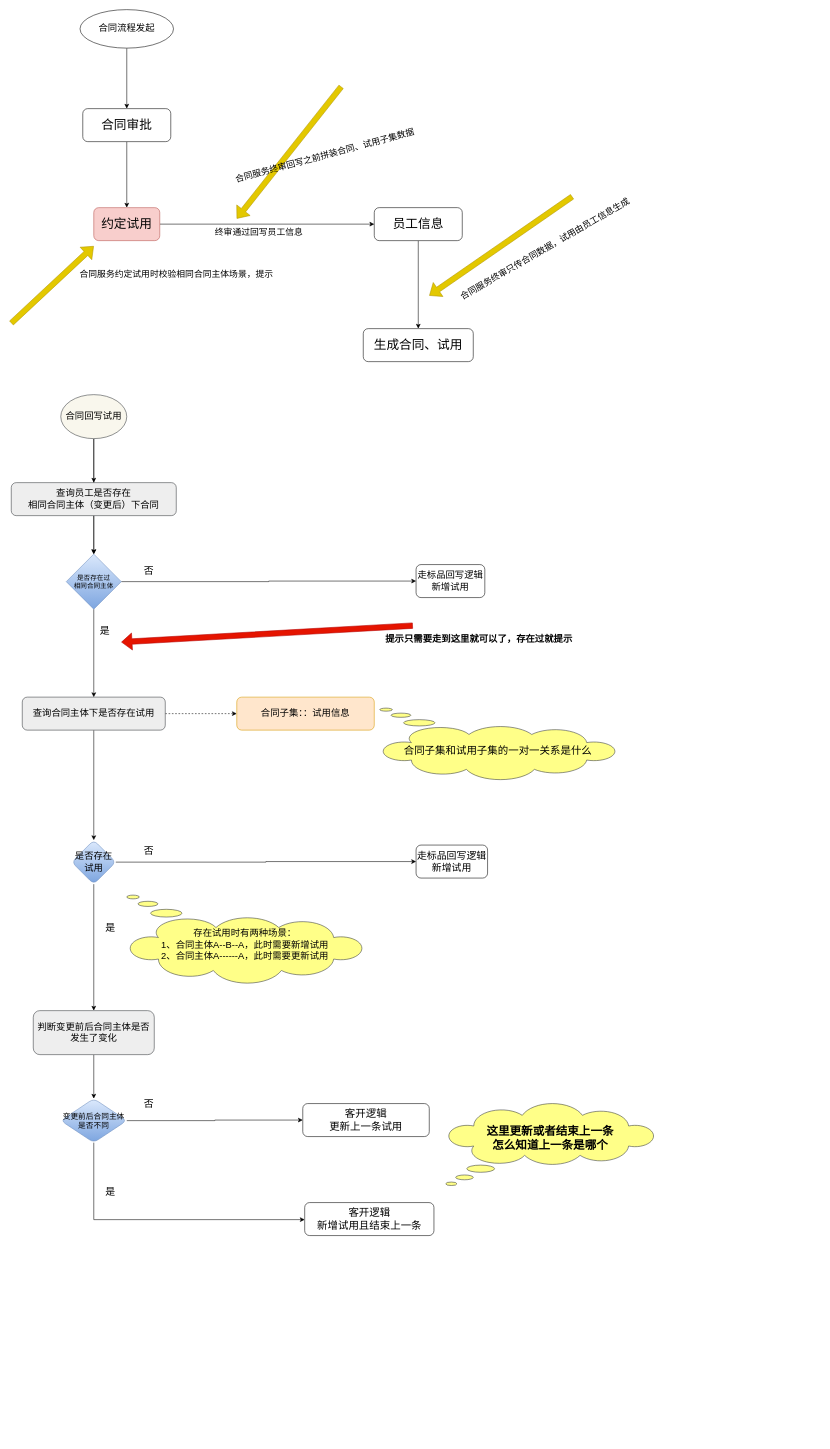
Above: 合同试用期.drawio in Super-YYQ/drawIo (draw.io), before the change. Source tidied: cells renumbered, new cells numbered last; positions are measured from the earlier drawing's top-left corner, leaving out a move shared by most shapes. Both pictures are drawn from the tidied source at 55%, with x=0, y=0 at pixel (11, 9).
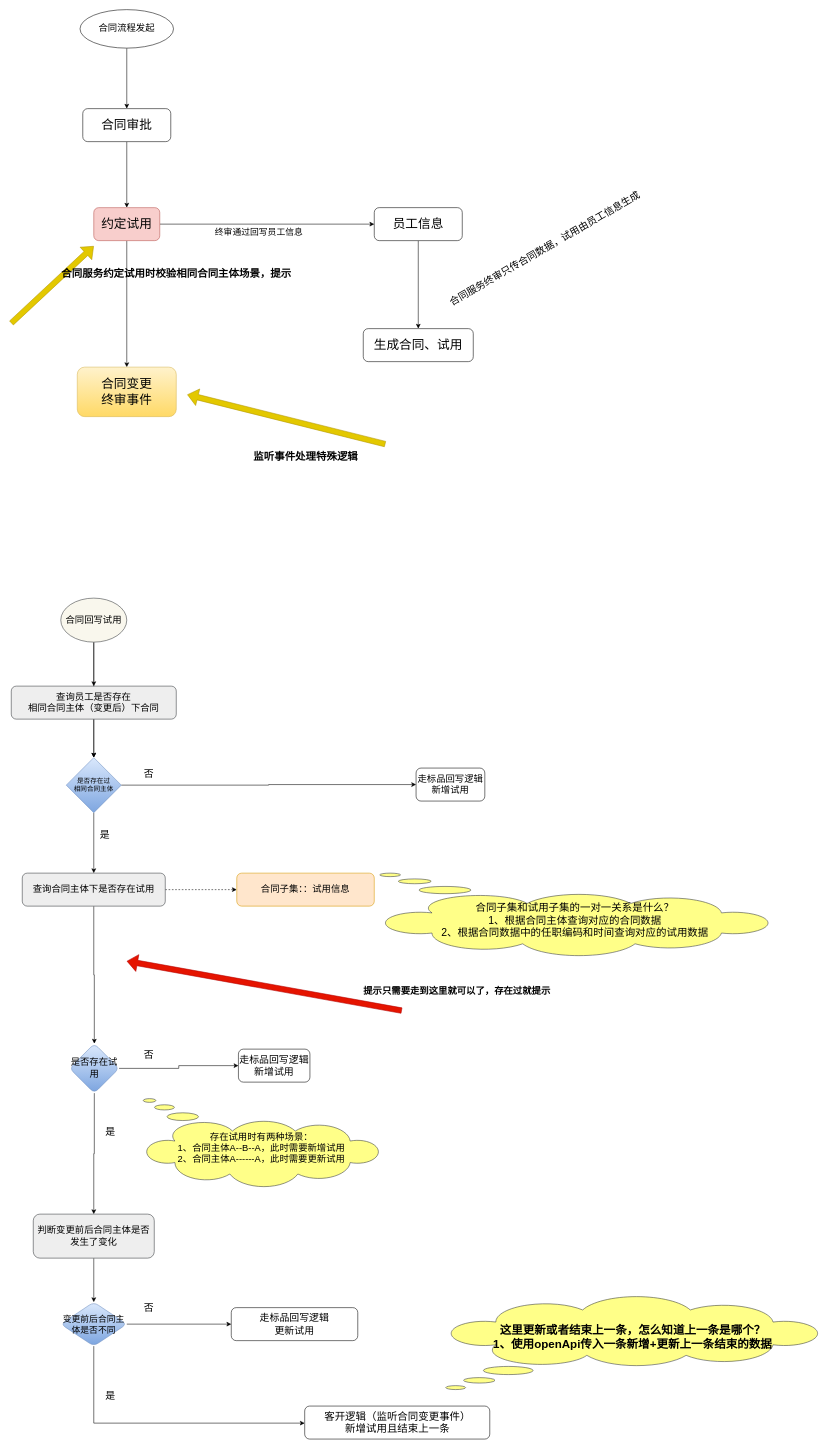
The same page after the edit.

Commit message:
更新合同试用期.drawio

Unchanged cells that the change refers to:
```xml
<mxCell id="5" value="约定试用" style="rounded=1;whiteSpace=wrap;html=1;fontSize=23;fillColor=#f8cecc;strokeColor=#b85450;" parent="1" vertex="1">
  <mxGeometry x="150" y="360" width="120" height="60" as="geometry" />
</mxCell>
```

The edit, as a diff of the source:
```diff
@@
+    <mxCell id="53" style="edgeStyle=orthogonalEdgeStyle;rounded=0;jettySize=auto;html=1;" parent="1" edge="1" source="5" target="54">
+      <mxGeometry relative="1" as="geometry" />
+    </mxCell>
@@
-    <mxCell id="13" style="shape=flexArrow;endArrow=classic;html=1;rounded=0;fillColor=#e3c800;strokeColor=#B09500;" parent="1" edge="1">
-      <mxGeometry relative="1" as="geometry">
-        <mxPoint x="600" y="140" as="sourcePoint" />
-        <mxPoint x="410" y="380" as="targetPoint" />
-      </mxGeometry>
-    </mxCell>
     <mxCell id="14" style="shape=flexArrow;endArrow=classic;html=1;rounded=0;fillColor=#e3c800;strokeColor=#B09500;" parent="1" edge="1">
       <mxGeometry relative="1" as="geometry">
-        <mxPoint x="1020" y="340" as="sourcePoint" />
-        <mxPoint x="760" y="520" as="targetPoint" />
+        <mxPoint x="680" y="790" as="sourcePoint" />
+        <mxPoint x="320" y="700" as="targetPoint" />
       </mxGeometry>
     </mxCell>
-    <mxCell id="15" value="合同服务终审回写之前拼装合同、试用子集数据" style="text;html=1;align=center;verticalAlign=middle;strokeColor=none;fillColor=none;rotation=-15;fontSize=16;" parent="1" vertex="1">
-      <mxGeometry x="390" y="250" width="360" height="30" as="geometry" />
-    </mxCell>
-    <mxCell id="16" value="合同服务终审只传合同数据，试用由员工信息生成" style="text;html=1;align=center;verticalAlign=middle;strokeColor=none;fillColor=none;rotation=-30;fontSize=16;" parent="1" vertex="1">
-      <mxGeometry x="780" y="420" width="380" height="30" as="geometry" />
+    <mxCell id="16" value="合同服务终审只传合同数据，试用由员工信息生成" style="text;html=1;align=center;verticalAlign=middle;strokeColor=none;fillColor=none;rotation=-30;fontSize=18;" parent="1" vertex="1">
+      <mxGeometry x="760" y="415" width="420" height="40" as="geometry" />
     </mxCell>
-    <mxCell id="17" value="合同服务约定试用时校验相同合同主体场景，提示" style="text;html=1;align=center;verticalAlign=middle;strokeColor=none;fillColor=none;rotation=0;fontSize=16;" parent="1" vertex="1">
-      <mxGeometry x="110" y="465" width="380" height="30" as="geometry" />
+    <mxCell id="17" value="合同服务约定试用时校验相同合同主体场景，提示" style="text;html=1;align=center;verticalAlign=middle;strokeColor=none;fillColor=none;rotation=0;fontSize=19;fontStyle=1;" parent="1" vertex="1">
+      <mxGeometry x="80" y="460" width="440" height="40" as="geometry" />
     </mxCell>
@@
     <mxCell id="20" value="合同回写试用" style="ellipse;whiteSpace=wrap;html=1;fontSize=17;fillColor=#f9f7ed;strokeColor=#36393d;" parent="1" vertex="1">
-      <mxGeometry x="90" y="700" width="120" height="80" as="geometry" />
+      <mxGeometry x="90" y="1070" width="120" height="80" as="geometry" />
     </mxCell>
@@
     <mxCell id="23" value="查询合同主体下是否存在试用" style="rounded=1;whiteSpace=wrap;html=1;fontSize=17;fillColor=#eeeeee;strokeColor=#36393d;" parent="1" vertex="1">
-      <mxGeometry x="20" y="1250" width="260" height="60" as="geometry" />
+      <mxGeometry x="20" y="1570" width="260" height="60" as="geometry" />
     </mxCell>
@@
     <mxCell id="26" value="是否存在试用" style="rhombus;whiteSpace=wrap;html=1;fontSize=17;rounded=1;fillColor=#dae8fc;gradientColor=#7ea6e0;strokeColor=#6c8ebf;" parent="1" vertex="1">
-      <mxGeometry x="110" y="1510" width="80" height="80" as="geometry" />
+      <mxGeometry x="106" y="1880" width="90" height="90" as="geometry" />
     </mxCell>
     <mxCell id="27" value="合同子集：：试用信息" style="rounded=1;whiteSpace=wrap;html=1;fontSize=17;fillColor=#ffe6cc;strokeColor=#d79b00;" parent="1" vertex="1">
-      <mxGeometry x="410" y="1250" width="250" height="60" as="geometry" />
+      <mxGeometry x="410" y="1570" width="250" height="60" as="geometry" />
     </mxCell>
@@
     <mxCell id="30" value="是否存在过&lt;br&gt;相同合同主体" style="rhombus;whiteSpace=wrap;html=1;fontSize=12;fillColor=#dae8fc;strokeColor=#6c8ebf;gradientColor=#7ea6e0;" parent="1" vertex="1">
-      <mxGeometry x="100" y="990" width="100" height="100" as="geometry" />
+      <mxGeometry x="100" y="1360" width="100" height="100" as="geometry" />
     </mxCell>
     <mxCell id="31" value="是" style="text;html=1;align=center;verticalAlign=middle;strokeColor=none;fillColor=none;fontSize=18;" parent="1" vertex="1">
-      <mxGeometry x="150" y="1110" width="40" height="40" as="geometry" />
+      <mxGeometry x="150" y="1480" width="40" height="40" as="geometry" />
     </mxCell>
     <mxCell id="32" value="走标品回写逻辑&lt;br style=&quot;font-size: 17px;&quot;&gt;新增试用" style="rounded=1;whiteSpace=wrap;html=1;fontSize=17;" parent="1" vertex="1">
-      <mxGeometry x="736" y="1009" width="125" height="60" as="geometry" />
+      <mxGeometry x="736" y="1379" width="125" height="60" as="geometry" />
     </mxCell>
     <mxCell id="33" value="否" style="text;html=1;align=center;verticalAlign=middle;strokeColor=none;fillColor=none;fontSize=18;" parent="1" vertex="1">
-      <mxGeometry x="230" y="1000" width="40" height="40" as="geometry" />
+      <mxGeometry x="230" y="1370" width="40" height="40" as="geometry" />
     </mxCell>
     <mxCell id="34" value="&lt;span style=&quot;font-size: 18px;&quot;&gt;走标品回写逻辑&lt;/span&gt;&lt;br style=&quot;font-size: 18px;&quot;&gt;&lt;span style=&quot;font-size: 18px;&quot;&gt;新增试用&lt;/span&gt;" style="whiteSpace=wrap;html=1;fontSize=18;rounded=1;" parent="1" vertex="1">
-      <mxGeometry x="736" y="1519" width="130" height="60" as="geometry" />
+      <mxGeometry x="413" y="1890" width="130" height="60" as="geometry" />
     </mxCell>
     <mxCell id="35" value="否" style="text;html=1;align=center;verticalAlign=middle;strokeColor=none;fillColor=none;fontSize=18;" parent="1" vertex="1">
-      <mxGeometry x="230" y="1510" width="40" height="40" as="geometry" />
+      <mxGeometry x="230" y="1880" width="40" height="40" as="geometry" />
     </mxCell>
@@
     <mxCell id="37" value="查询员工是否存在&lt;br&gt;相同合同主体（变更后）下合同" style="rounded=1;whiteSpace=wrap;html=1;fontSize=17;fillColor=#eeeeee;strokeColor=#36393d;" parent="1" vertex="1">
-      <mxGeometry y="860" width="300" height="60" as="geometry" />
+      <mxGeometry y="1230" width="300" height="60" as="geometry" />
     </mxCell>
     <mxCell id="38" value="&lt;div style=&quot;font-size: 17px;&quot;&gt;&lt;br&gt;存在试用时有两种场景：&lt;br&gt;1、合同主体A--B--A，此时需要新增试用&lt;br&gt;2、合同主体A------A，此时需要更新试用&lt;br style=&quot;font-size: 17px;&quot;&gt;&lt;/div&gt;" style="whiteSpace=wrap;html=1;shape=mxgraph.basic.cloud_callout;fillColor=#ffff88;strokeColor=#36393d;fontSize=17;flipV=1;" parent="1" vertex="1">
-      <mxGeometry x="210" y="1610" width="430" height="160" as="geometry" />
+      <mxGeometry x="240" y="1980" width="430" height="160" as="geometry" />
     </mxCell>
@@
     <mxCell id="40" value="判断变更前后合同主体是否发生了变化" style="whiteSpace=wrap;html=1;fontSize=17;fillColor=#eeeeee;strokeColor=#36393d;rounded=1;" parent="1" vertex="1">
-      <mxGeometry x="40" y="1820" width="220" height="80" as="geometry" />
+      <mxGeometry x="40" y="2190" width="220" height="80" as="geometry" />
     </mxCell>
     <mxCell id="41" value="是" style="text;html=1;align=center;verticalAlign=middle;strokeColor=none;fillColor=none;fontSize=18;" parent="1" vertex="1">
-      <mxGeometry x="160" y="1650" width="40" height="40" as="geometry" />
+      <mxGeometry x="160" y="2020" width="40" height="40" as="geometry" />
     </mxCell>
     <mxCell id="42" style="shape=flexArrow;endArrow=classic;html=1;rounded=0;fillColor=#e51400;strokeColor=#B20000;" parent="1" edge="1">
       <mxGeometry relative="1" as="geometry">
-        <mxPoint x="730" y="1120" as="sourcePoint" />
-        <mxPoint x="200" y="1150" as="targetPoint" />
+        <mxPoint x="710" y="1820" as="sourcePoint" />
+        <mxPoint x="210" y="1730" as="targetPoint" />
       </mxGeometry>
     </mxCell>
     <mxCell id="43" value="提示只需要走到这里就可以了，存在过就提示" style="text;html=1;align=center;verticalAlign=middle;strokeColor=none;fillColor=none;fontSize=17;fontStyle=1;" parent="1" vertex="1">
-      <mxGeometry x="670" y="1130" width="360" height="30" as="geometry" />
+      <mxGeometry x="630" y="1770" width="360" height="30" as="geometry" />
     </mxCell>
@@
     <mxCell id="45" style="edgeStyle=orthogonalEdgeStyle;rounded=0;jettySize=auto;html=1;" parent="1" edge="1" source="46" target="49">
       <mxGeometry relative="1" as="geometry">
         <Array as="points">
-          <mxPoint x="150" y="2200" />
+          <mxPoint x="150" y="2570" />
         </Array>
       </mxGeometry>
     </mxCell>
-    <mxCell id="46" value="变更前后合同主体是否不同" style="rhombus;whiteSpace=wrap;html=1;fontSize=14;fillColor=#dae8fc;strokeColor=#6c8ebf;rounded=1;gradientColor=#7ea6e0;" parent="1" vertex="1">
-      <mxGeometry x="90" y="1980" width="120" height="80" as="geometry" />
+    <mxCell id="46" value="变更前后合同主体是否不同" style="rhombus;whiteSpace=wrap;html=1;fontSize=16;fillColor=#dae8fc;strokeColor=#6c8ebf;rounded=1;gradientColor=#7ea6e0;" parent="1" vertex="1">
+      <mxGeometry x="90" y="2350" width="120" height="80" as="geometry" />
     </mxCell>
-    <mxCell id="47" value="&lt;span style=&quot;font-size: 19px;&quot;&gt;客开逻辑&lt;br style=&quot;font-size: 19px;&quot;&gt;更新上一条试用&lt;/span&gt;" style="whiteSpace=wrap;html=1;fontSize=19;rounded=1;" parent="1" vertex="1">
-      <mxGeometry x="530" y="1989" width="230" height="60" as="geometry" />
+    <mxCell id="47" value="&lt;span style=&quot;font-size: 18px;&quot;&gt;走标品回写逻辑&lt;/span&gt;&lt;br style=&quot;font-size: 18px;&quot;&gt;&lt;span style=&quot;font-size: 18px;&quot;&gt;更新试用&lt;/span&gt;" style="whiteSpace=wrap;html=1;fontSize=19;rounded=1;" parent="1" vertex="1">
+      <mxGeometry x="400" y="2360" width="230" height="60" as="geometry" />
     </mxCell>
     <mxCell id="48" value="否" style="text;html=1;align=center;verticalAlign=middle;strokeColor=none;fillColor=none;fontSize=18;" parent="1" vertex="1">
-      <mxGeometry x="230" y="1970" width="40" height="40" as="geometry" />
+      <mxGeometry x="230" y="2340" width="40" height="40" as="geometry" />
     </mxCell>
-    <mxCell id="49" value="&lt;span style=&quot;font-size: 19px;&quot;&gt;客开逻辑&lt;br style=&quot;font-size: 19px;&quot;&gt;新增试用且结束上一条&lt;/span&gt;" style="whiteSpace=wrap;html=1;fontSize=19;rounded=1;" parent="1" vertex="1">
-      <mxGeometry x="533.5" y="2169" width="235" height="60" as="geometry" />
+    <mxCell id="49" value="&lt;span style=&quot;font-size: 19px;&quot;&gt;客开逻辑（监听合同变更事件）&lt;br style=&quot;font-size: 19px;&quot;&gt;新增试用且结束上一条&lt;/span&gt;" style="whiteSpace=wrap;html=1;fontSize=19;rounded=1;" parent="1" vertex="1">
+      <mxGeometry x="533.5" y="2539" width="336.5" height="60" as="geometry" />
     </mxCell>
     <mxCell id="50" value="是" style="text;html=1;align=center;verticalAlign=middle;strokeColor=none;fillColor=none;fontSize=18;" parent="1" vertex="1">
-      <mxGeometry x="160" y="2130" width="40" height="40" as="geometry" />
+      <mxGeometry x="160" y="2500" width="40" height="40" as="geometry" />
     </mxCell>
-    <mxCell id="51" value="&lt;div style=&quot;font-size: 21px;&quot;&gt;这里更新或者结束上一条&lt;br style=&quot;font-size: 21px;&quot;&gt;怎么知道上一条是哪个&lt;br style=&quot;font-size: 21px;&quot;&gt;&lt;br style=&quot;font-size: 21px;&quot;&gt;&lt;/div&gt;" style="whiteSpace=wrap;html=1;shape=mxgraph.basic.cloud_callout;fillColor=#ffff88;strokeColor=#36393d;fontSize=21;flipV=0;direction=east;fontStyle=1;" parent="1" vertex="1">
-      <mxGeometry x="790" y="1989" width="380" height="149" as="geometry" />
+    <mxCell id="51" value="&lt;div style=&quot;font-size: 21px;&quot;&gt;这里更新或者结束上一条，怎么知道上一条是哪个？&lt;br&gt;1、使用openApi传入一条新增+更新上一条结束的数据&lt;br style=&quot;font-size: 21px;&quot;&gt;&lt;br style=&quot;font-size: 21px;&quot;&gt;&lt;/div&gt;" style="whiteSpace=wrap;html=1;shape=mxgraph.basic.cloud_callout;fillColor=#ffff88;strokeColor=#36393d;fontSize=21;flipV=0;direction=east;fontStyle=1;" parent="1" vertex="1">
+      <mxGeometry x="790" y="2340" width="680" height="169" as="geometry" />
     </mxCell>
-    <mxCell id="52" value="&lt;div style=&quot;font-size: 19px;&quot;&gt;&lt;br style=&quot;font-size: 19px;&quot;&gt;合同子集和试用子集的一对一关系是什么&lt;br style=&quot;font-size: 19px;&quot;&gt;&lt;/div&gt;" style="whiteSpace=wrap;html=1;shape=mxgraph.basic.cloud_callout;fillColor=#ffff88;strokeColor=#36393d;fontSize=19;flipV=1;" parent="1" vertex="1">
-      <mxGeometry x="670" y="1270" width="430" height="130" as="geometry" />
+    <mxCell id="52" value="&lt;div style=&quot;font-size: 19px;&quot;&gt;&lt;br style=&quot;font-size: 19px;&quot;&gt;合同子集和试用子集的一对一关系是什么？&lt;br&gt;1、根据合同主体查询对应的合同数据&lt;br&gt;2、根据合同数据中的任职编码和时间查询对应的试用数据&lt;/div&gt;" style="whiteSpace=wrap;html=1;shape=mxgraph.basic.cloud_callout;fillColor=#ffff88;strokeColor=#36393d;fontSize=19;flipV=1;" parent="1" vertex="1">
+      <mxGeometry x="670" y="1570" width="710" height="150" as="geometry" />
     </mxCell>
+    <mxCell id="54" value="合同变更&lt;br&gt;终审事件" style="rounded=1;whiteSpace=wrap;html=1;fontSize=23;fillColor=#fff2cc;strokeColor=#d6b656;gradientColor=#ffd966;" parent="1" vertex="1">
+      <mxGeometry x="120" y="650" width="180" height="90" as="geometry" />
+    </mxCell>
+    <mxCell id="55" value="监听事件处理特殊逻辑" style="text;html=1;align=center;verticalAlign=middle;strokeColor=none;fillColor=none;fontSize=19;fontStyle=1;" parent="1" vertex="1">
+      <mxGeometry x="430" y="793" width="210" height="40" as="geometry" />
+    </mxCell>
```
